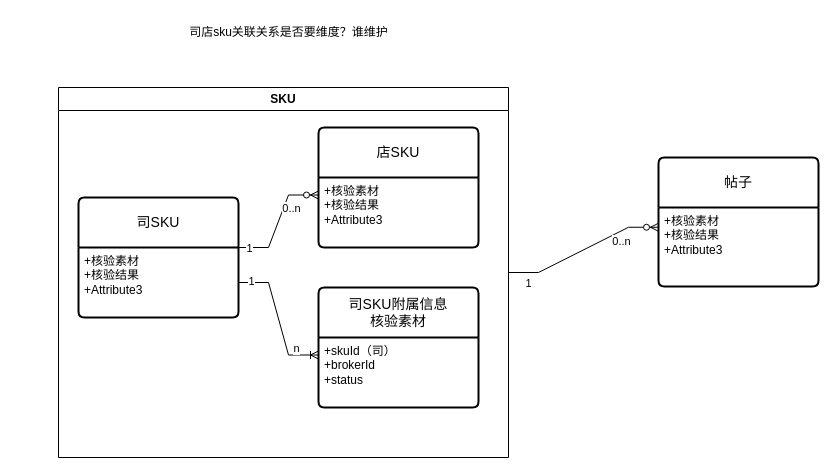
Before: page "实体模型" (1 of 6) of 设计文档/政府核验sku化.drawio in guyukou/drawio, a draw.io diagram. Source tidied: cells renumbered, new cells numbered last; positions are measured from the earlier drawing's top-left corner, leaving out a move shared by most shapes. Both pictures are drawn from the tidied source at 100%, with x=0, y=0 at pixel (58, 17).
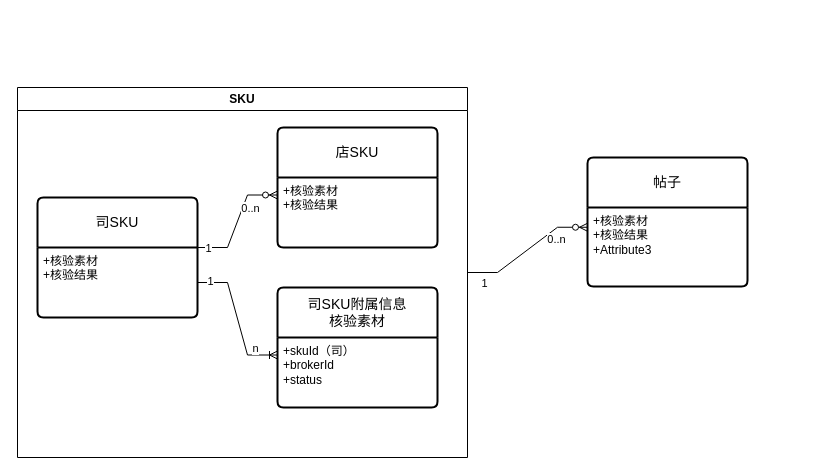
The same diagram, later.

Unchanged cells that the change refers to:
```xml
<mxCell id="3" value="店SKU" style="swimlane;horizontal=1;startSize=50;rounded=1;fontSize=14;fontStyle=0;strokeWidth=2;shadow=0;dashed=0;align=center;arcSize=4;whiteSpace=wrap;html=1;" parent="2" vertex="1">
  <mxGeometry x="260" y="40" width="160" height="120" as="geometry" />
</mxCell>
<mxCell id="5" value="司SKU" style="swimlane;horizontal=1;startSize=50;rounded=1;fontSize=14;fontStyle=0;strokeWidth=2;shadow=0;dashed=0;align=center;arcSize=4;whiteSpace=wrap;html=1;" parent="2" vertex="1">
  <mxGeometry x="20" y="110" width="160" height="120" as="geometry" />
</mxCell>
```

The edit, as a diff of the source:
```diff
@@
     <mxCell id="2" value="SKU" style="swimlane;whiteSpace=wrap;html=1;" parent="1" vertex="1">
-      <mxGeometry y="70" width="450" height="370" as="geometry" />
+      <mxGeometry x="-41" y="70" width="450" height="370" as="geometry" />
     </mxCell>
@@
-    <mxCell id="4" value="+核验素材&lt;br style=&quot;border-color: var(--border-color);&quot;&gt;+核验结果&lt;br&gt;+Attribute3" style="align=left;strokeColor=none;fillColor=none;spacingLeft=4;fontSize=12;verticalAlign=top;html=1;" parent="3" vertex="1">
+    <mxCell id="4" value="+核验素材&lt;br style=&quot;border-color: var(--border-color);&quot;&gt;+核验结果&lt;br&gt;" style="align=left;strokeColor=none;fillColor=none;spacingLeft=4;fontSize=12;verticalAlign=top;html=1;" parent="3" vertex="1">
       <mxGeometry y="50" width="160" height="70" as="geometry" />
     </mxCell>
@@
-    <mxCell id="6" value="+核验素材&lt;br&gt;+核验结果&lt;br&gt;+Attribute3" style="align=left;strokeColor=none;fillColor=none;spacingLeft=4;fontSize=12;verticalAlign=top;html=1;" parent="5" vertex="1">
+    <mxCell id="6" value="+核验素材&lt;br&gt;+核验结果&lt;br&gt;" style="align=left;strokeColor=none;fillColor=none;spacingLeft=4;fontSize=12;verticalAlign=top;html=1;" parent="5" vertex="1">
       <mxGeometry y="50" width="160" height="70" as="geometry" />
     </mxCell>
@@
     <mxCell id="15" value="帖子" style="swimlane;horizontal=1;startSize=50;rounded=1;fontSize=14;fontStyle=0;strokeWidth=2;shadow=0;dashed=0;align=center;arcSize=4;whiteSpace=wrap;html=1;" parent="1" vertex="1">
-      <mxGeometry x="600" y="140" width="160" height="129" as="geometry" />
+      <mxGeometry x="529" y="140" width="160" height="129" as="geometry" />
     </mxCell>
@@
-    <mxCell id="20" value="司店sku关联关系是否要维度？谁维护" style="text;html=1;align=center;verticalAlign=middle;strokeColor=none;fillColor=none;" parent="1" vertex="1">
-      <mxGeometry x="120" width="220" height="30" as="geometry" />
-    </mxCell>
```
